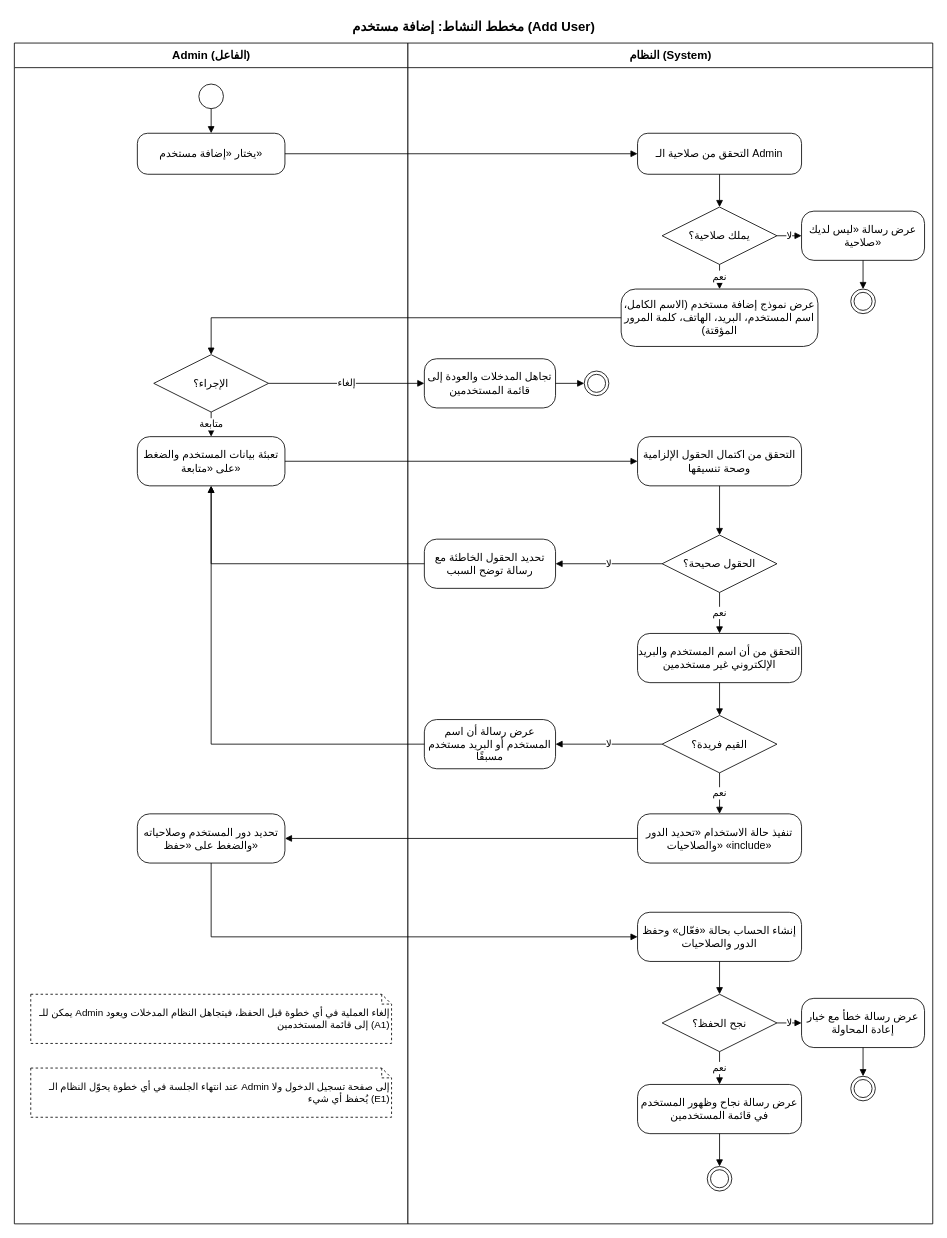
Above: docs/analysis/add user/Activity_Diagram_Add_User (1).drawio in QF-MJ/crm-al-mohtaref (draw.io), before the change. Source tidied: cells renumbered, new cells numbered last; positions are measured from the earlier drawing's top-left corner, leaving out a move shared by most shapes. Both pictures are drawn from the tidied source at 82%, with x=0, y=0 at pixel (14, 14).
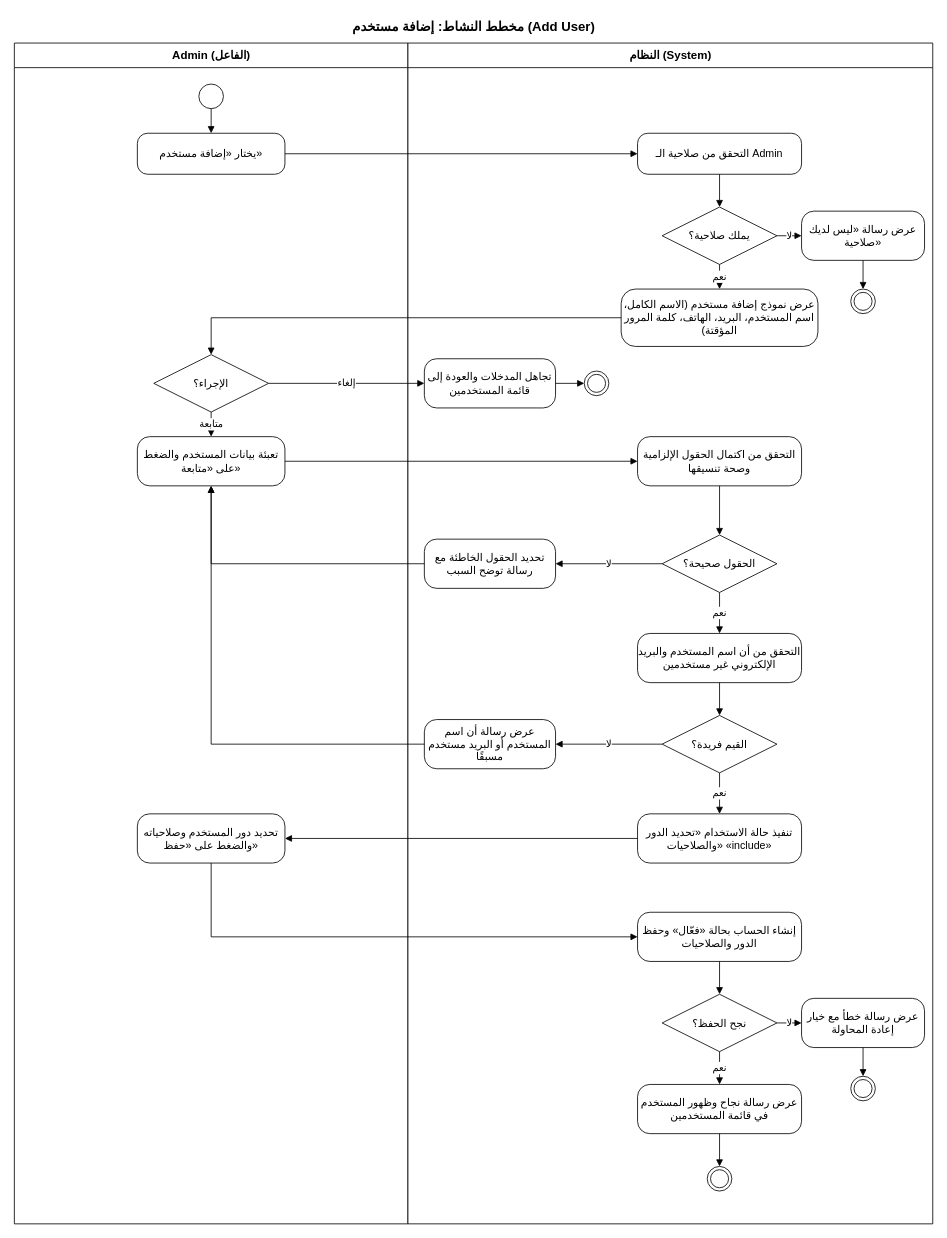
Above is the later version.

Commit message:
add use case diagram for add user use case

The change refers to these unchanged cells:
```xml
<mxCell id="3" value="Admin (الفاعل)" style="swimlane;startSize=30;html=1;fontSize=14;fontStyle=1;swimlaneFillColor=#ffffff;" parent="1" vertex="1">
  <mxGeometry y="35" width="480" height="1440" as="geometry" />
</mxCell>
```

The edit, as a diff of the source:
```diff
@@
-    <mxCell id="9" value="يمكن للـ Admin إلغاء العملية في أي خطوة قبل الحفظ، فيتجاهل النظام المدخلات ويعود إلى قائمة المستخدمين (A1)" style="shape=note;size=12;html=1;whiteSpace=wrap;align=right;fontSize=12;dashed=1;" parent="3" vertex="1">
-      <mxGeometry x="20" y="1160" width="440" height="60" as="geometry" />
-    </mxCell>
-    <mxCell id="10" value="عند انتهاء الجلسة في أي خطوة يحوّل النظام الـ Admin إلى صفحة تسجيل الدخول ولا يُحفظ أي شيء (E1)" style="shape=note;size=12;html=1;whiteSpace=wrap;align=right;fontSize=12;dashed=1;" parent="3" vertex="1">
-      <mxGeometry x="20" y="1250" width="440" height="60" as="geometry" />
-    </mxCell>
```
